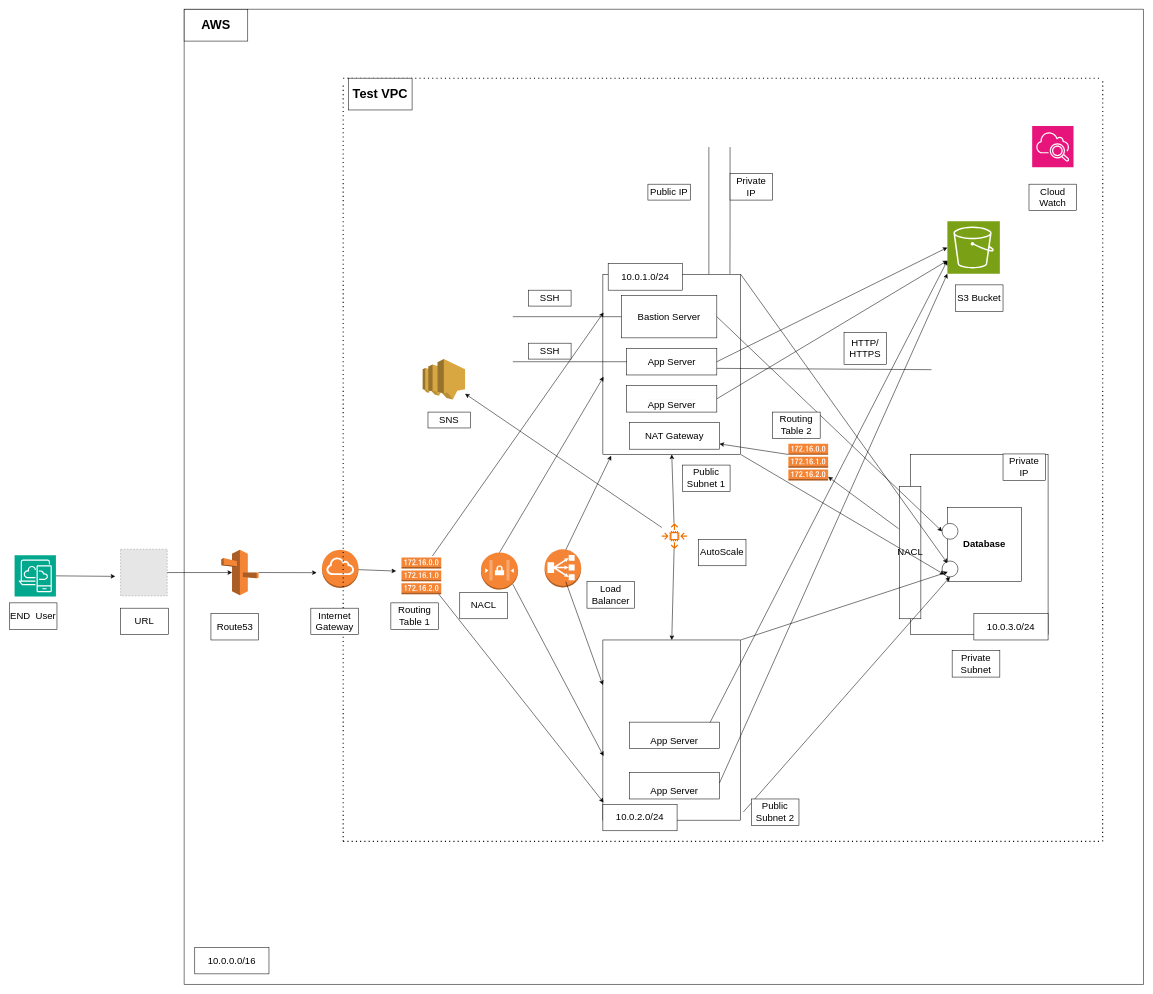
Above: VPC Configuration.drawio in Saurav1805/Sushant (draw.io), before the change. Source tidied: cells renumbered, new cells numbered last; positions are measured from the earlier drawing's top-left corner, leaving out a move shared by most shapes. Both pictures are drawn from the tidied source at 53%, with x=0, y=0 at pixel (9, 9). Pictures stored in the file or linked from it are replaced by grey dashed boxes.
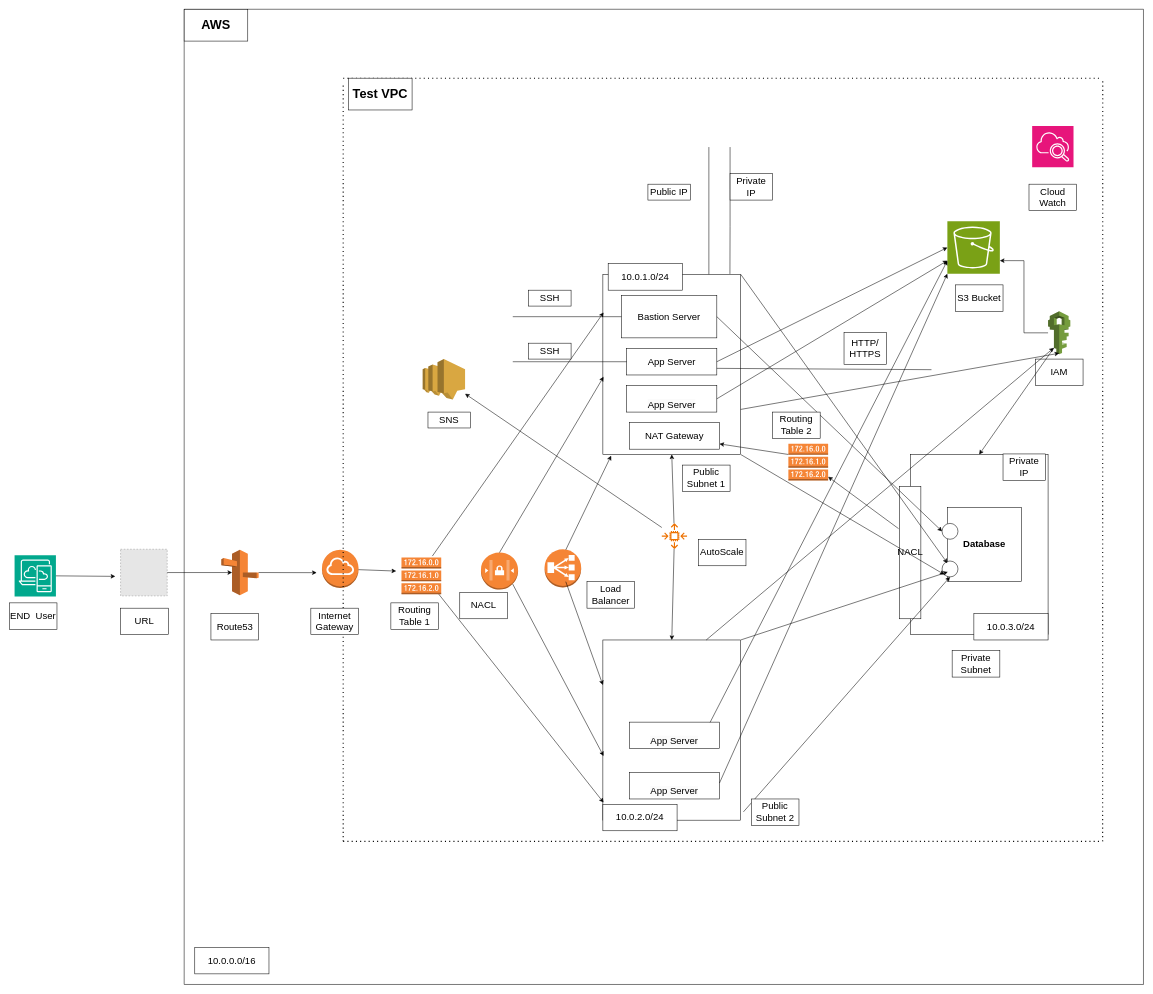
The same page after the edit.

The change refers to these unchanged cells:
```xml
<mxCell id="10" style="rounded=0;whiteSpace=wrap;html=1;" parent="1" vertex="1">
  <mxGeometry x="1120" y="500" width="260" height="340" as="geometry" />
</mxCell>
<mxCell id="11" style="rounded=0;whiteSpace=wrap;html=1;" parent="1" vertex="1">
  <mxGeometry x="1120" y="1190" width="260" height="340" as="geometry" />
</mxCell>
<mxCell id="17" style="rounded=0;whiteSpace=wrap;html=1;" parent="1" vertex="1">
  <mxGeometry x="1700" y="840" width="260" height="340" as="geometry" />
</mxCell>
<mxCell id="21" style="sketch=0;points=[[0,0,0],[0.25,0,0],[0.5,0,0],[0.75,0,0],[1,0,0],[0,1,0],[0.25,1,0],[0.5,1,0],[0.75,1,0],[1,1,0],[0,0.25,0],[0,0.5,0],[0,0.75,0],[1,0.25,0],[1,0.5,0],[1,0.75,0]];outlineConnect=0;fontColor=#232F3E;fillColor=#7AA116;strokeColor=#ffffff;dashed=0;verticalLabelPosition=bottom;verticalAlign=top;align=center;html=1;fontSize=12;fontStyle=0;shape=mxgraph.aws4.resourceIcon;resIcon=mxgraph.aws4.s3;" parent="1" vertex="1">
  <mxGeometry x="1770" y="400" width="99" height="99" as="geometry" />
</mxCell>
```

Diff of the diagram source:
```diff
@@
+    <mxCell id="91" style="edgeStyle=orthogonalEdgeStyle;rounded=0;jettySize=auto;html=1;entryX=1;entryY=0.75;entryDx=0;entryDy=0;entryPerimeter=0;" parent="1" edge="1" source="92" target="21">
+      <mxGeometry relative="1" as="geometry" />
+    </mxCell>
+    <mxCell id="92" style="outlineConnect=0;dashed=0;verticalLabelPosition=bottom;verticalAlign=top;align=center;html=1;shape=mxgraph.aws3.iam;fillColor=#759C3E;gradientColor=none;" parent="1" vertex="1">
+      <mxGeometry x="1960" y="570" width="42" height="81" as="geometry" />
+    </mxCell>
+    <mxCell id="93" value="&lt;span style=&quot;font-size: 18px;&quot;&gt;IAM&lt;/span&gt;" style="rounded=0;whiteSpace=wrap;html=1;" parent="1" vertex="1">
+      <mxGeometry x="1936" y="660" width="90" height="50" as="geometry" />
+    </mxCell>
+    <mxCell id="94" style="endArrow=classic;html=1;rounded=0;entryX=0.5;entryY=0;entryDx=0;entryDy=0;exitX=0.26;exitY=0.85;exitDx=0;exitDy=0;exitPerimeter=0;" parent="1" edge="1" source="92" target="17">
+      <mxGeometry relative="1" as="geometry" />
+    </mxCell>
+    <mxCell id="95" style="endArrow=classic;html=1;rounded=0;entryX=0.26;entryY=0.85;entryDx=0;entryDy=0;entryPerimeter=0;exitX=0.75;exitY=0;exitDx=0;exitDy=0;" parent="1" edge="1" source="11" target="92">
+      <mxGeometry relative="1" as="geometry" />
+    </mxCell>
+    <mxCell id="96" style="endArrow=classic;html=1;rounded=0;entryX=0.26;entryY=0.85;entryDx=0;entryDy=0;entryPerimeter=0;exitX=1;exitY=0.75;exitDx=0;exitDy=0;" parent="1" edge="1" source="10">
+      <mxGeometry relative="1" as="geometry">
+        <mxPoint x="1981" y="649" as="targetPoint" />
+      </mxGeometry>
+    </mxCell>
```
